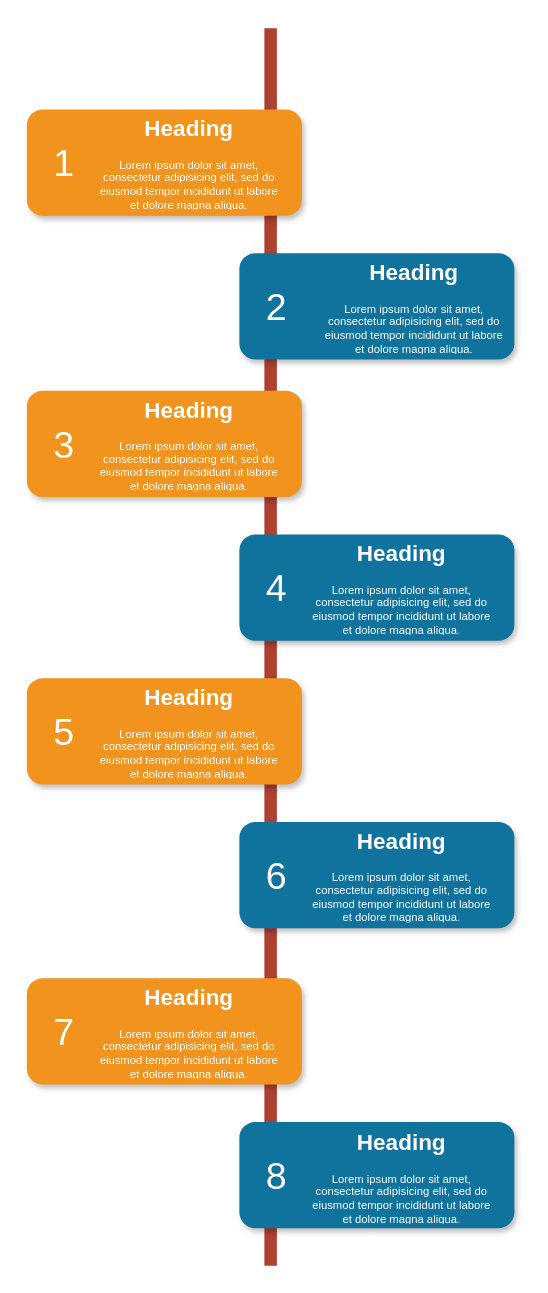
tslacerd/-UC12_ER5_menu_program keeps this draw.io diagram as Diagrama sem nome.drawio. Above is the earlier version. Source tidied: cells renumbered, new cells numbered last; positions are measured from the earlier drawing's top-left corner, leaving out a move shared by most shapes. Both pictures are drawn from the tidied source at 125%, with x=0, y=0 at pixel (26, 28).
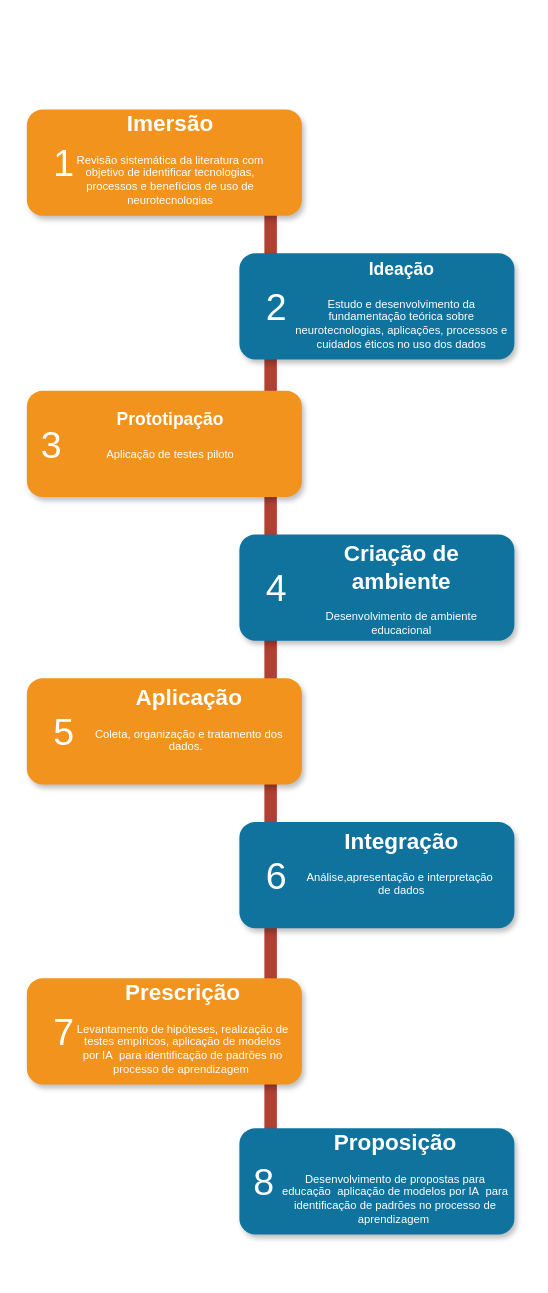
The same page after the edit.

What changed in the source:
```diff
@@
     <mxCell id="2" style="line;strokeWidth=10;direction=south;html=1;fillColor=none;fontSize=13;fontColor=#000000;align=center;strokeColor=#AE4132;" parent="1" vertex="1">
-      <mxGeometry x="190" width="10" height="990" as="geometry" />
+      <mxGeometry x="190" y="80" width="10" height="830" as="geometry" />
     </mxCell>
@@
     <mxCell id="8" value="3" style="text;html=1;strokeColor=none;fillColor=none;align=center;verticalAlign=middle;whiteSpace=wrap;fontSize=30;fontColor=#FFFFFF;" parent="1" vertex="1">
-      <mxGeometry x="10" y="323" width="40" height="20" as="geometry" />
+      <mxGeometry y="322.5" width="40" height="20" as="geometry" />
     </mxCell>
@@
-    <mxCell id="17" style="rounded=1;whiteSpace=wrap;html=1;strokeColor=none;strokeWidth=1;fillColor=#10739E;fontSize=13;fontColor=#FFFFFF;align=center;gradientColor=none;gradientDirection=east;verticalAlign=top;shadow=1;" parent="1" vertex="1">
-      <mxGeometry x="170" y="875" width="220" height="85" as="geometry" />
-    </mxCell>
-    <mxCell id="18" value="8" style="text;html=1;strokeColor=none;fillColor=none;align=center;verticalAlign=middle;whiteSpace=wrap;fontSize=30;fontColor=#FFFFFF;" parent="1" vertex="1">
-      <mxGeometry x="180" y="908" width="40" height="20" as="geometry" />
-    </mxCell>
-    <mxCell id="19" value="&lt;h1&gt;Heading&lt;/h1&gt;&lt;p&gt;Lorem ipsum dolor sit amet, consectetur adipisicing elit, sed do eiusmod tempor incididunt ut labore et dolore magna aliqua.&lt;/p&gt;" style="text;html=1;spacing=5;spacingTop=-20;whiteSpace=wrap;overflow=hidden;strokeColor=none;strokeWidth=4;fillColor=none;gradientColor=#007FFF;fontSize=9;fontColor=#FFFFFF;align=center;" parent="1" vertex="1">
-      <mxGeometry x="50" y="69" width="160" height="77" as="geometry" />
+    <mxCell id="19" value="&lt;h1&gt;Imersão&lt;/h1&gt;&lt;p&gt;Revisão sistemática da literatura com objetivo de identificar tecnologias, processos e benefícios de uso de neurotecnologias&lt;/p&gt;" style="text;html=1;spacing=5;spacingTop=-20;whiteSpace=wrap;overflow=hidden;strokeColor=none;strokeWidth=4;fillColor=none;gradientColor=#007FFF;fontSize=9;fontColor=#FFFFFF;align=center;" parent="1" vertex="1">
+      <mxGeometry x="30" y="65" width="170" height="77" as="geometry" />
     </mxCell>
-    <mxCell id="20" value="&lt;h1&gt;Heading&lt;/h1&gt;&lt;p&gt;Lorem ipsum dolor sit amet, consectetur adipisicing elit, sed do eiusmod tempor incididunt ut labore et dolore magna aliqua.&lt;/p&gt;" style="text;html=1;spacing=5;spacingTop=-20;whiteSpace=wrap;overflow=hidden;strokeColor=none;strokeWidth=4;fillColor=none;gradientColor=#007FFF;fontSize=9;fontColor=#FFFFFF;align=center;" parent="1" vertex="1">
-      <mxGeometry x="230" y="184" width="160" height="77" as="geometry" />
+    <mxCell id="20" value="&lt;h1&gt;&lt;font style=&quot;font-size: 14px;&quot;&gt;Ideação&lt;/font&gt;&lt;/h1&gt;&lt;p&gt;Estudo e desenvolvimento da fundamentação teórica sobre neurotecnologias, aplicações, processos e cuidados éticos no uso dos dados&lt;/p&gt;" style="text;html=1;spacing=5;spacingTop=-20;whiteSpace=wrap;overflow=hidden;strokeColor=none;strokeWidth=4;fillColor=none;gradientColor=#007FFF;fontSize=9;fontColor=#FFFFFF;align=center;" parent="1" vertex="1">
+      <mxGeometry x="210" y="180" width="180" height="100" as="geometry" />
     </mxCell>
-    <mxCell id="21" value="&lt;h1&gt;Heading&lt;/h1&gt;&lt;p&gt;Lorem ipsum dolor sit amet, consectetur adipisicing elit, sed do eiusmod tempor incididunt ut labore et dolore magna aliqua.&lt;/p&gt;" style="text;html=1;spacing=5;spacingTop=-20;whiteSpace=wrap;overflow=hidden;strokeColor=none;strokeWidth=4;fillColor=none;gradientColor=#007FFF;fontSize=9;fontColor=#FFFFFF;align=center;" parent="1" vertex="1">
-      <mxGeometry x="50" y="294" width="160" height="77" as="geometry" />
-    </mxCell>
-    <mxCell id="22" value="&lt;h1&gt;Heading&lt;/h1&gt;&lt;p&gt;Lorem ipsum dolor sit amet, consectetur adipisicing elit, sed do eiusmod tempor incididunt ut labore et dolore magna aliqua.&lt;/p&gt;" style="text;html=1;spacing=5;spacingTop=-20;whiteSpace=wrap;overflow=hidden;strokeColor=none;strokeWidth=4;fillColor=none;gradientColor=#007FFF;fontSize=9;fontColor=#FFFFFF;align=center;" parent="1" vertex="1">
+    <mxCell id="22" value="&lt;h1&gt;Criação de ambiente&lt;/h1&gt;&lt;p&gt;Desenvolvimento de ambiente educacional&lt;/p&gt;" style="text;html=1;spacing=5;spacingTop=-20;whiteSpace=wrap;overflow=hidden;strokeColor=none;strokeWidth=4;fillColor=none;gradientColor=#007FFF;fontSize=9;fontColor=#FFFFFF;align=center;" parent="1" vertex="1">
       <mxGeometry x="220" y="409" width="160" height="77" as="geometry" />
     </mxCell>
-    <mxCell id="23" value="&lt;h1&gt;Heading&lt;/h1&gt;&lt;p&gt;Lorem ipsum dolor sit amet, consectetur adipisicing elit, sed do eiusmod tempor incididunt ut labore et dolore magna aliqua.&lt;/p&gt;" style="text;html=1;spacing=5;spacingTop=-20;whiteSpace=wrap;overflow=hidden;strokeColor=none;strokeWidth=4;fillColor=none;gradientColor=#007FFF;fontSize=9;fontColor=#FFFFFF;align=center;" parent="1" vertex="1">
+    <mxCell id="23" value="&lt;h1&gt;Aplicação&lt;/h1&gt;&lt;p&gt;Coleta, organização e tratamento dos dados.&amp;nbsp;&amp;nbsp;&lt;/p&gt;" style="text;html=1;spacing=5;spacingTop=-20;whiteSpace=wrap;overflow=hidden;strokeColor=none;strokeWidth=4;fillColor=none;gradientColor=#007FFF;fontSize=9;fontColor=#FFFFFF;align=center;" parent="1" vertex="1">
       <mxGeometry x="50" y="524" width="160" height="77" as="geometry" />
     </mxCell>
-    <mxCell id="24" value="&lt;h1&gt;Heading&lt;/h1&gt;&lt;p&gt;Lorem ipsum dolor sit amet, consectetur adipisicing elit, sed do eiusmod tempor incididunt ut labore et dolore magna aliqua.&lt;/p&gt;" style="text;html=1;spacing=5;spacingTop=-20;whiteSpace=wrap;overflow=hidden;strokeColor=none;strokeWidth=4;fillColor=none;gradientColor=#007FFF;fontSize=9;fontColor=#FFFFFF;align=center;" parent="1" vertex="1">
+    <mxCell id="24" value="&lt;h1&gt;Integração&lt;/h1&gt;&lt;p&gt;Análise,apresentação e interpretação&amp;nbsp; de dados&lt;/p&gt;" style="text;html=1;spacing=5;spacingTop=-20;whiteSpace=wrap;overflow=hidden;strokeColor=none;strokeWidth=4;fillColor=none;gradientColor=#007FFF;fontSize=9;fontColor=#FFFFFF;align=center;" parent="1" vertex="1">
       <mxGeometry x="220" y="639" width="160" height="77" as="geometry" />
     </mxCell>
-    <mxCell id="25" value="&lt;h1&gt;Heading&lt;/h1&gt;&lt;p&gt;Lorem ipsum dolor sit amet, consectetur adipisicing elit, sed do eiusmod tempor incididunt ut labore et dolore magna aliqua.&lt;/p&gt;" style="text;html=1;spacing=5;spacingTop=-20;whiteSpace=wrap;overflow=hidden;strokeColor=none;strokeWidth=4;fillColor=none;gradientColor=#007FFF;fontSize=9;fontColor=#FFFFFF;align=center;" parent="1" vertex="1">
-      <mxGeometry x="50" y="764" width="160" height="77" as="geometry" />
-    </mxCell>
-    <mxCell id="26" value="&lt;h1&gt;Heading&lt;/h1&gt;&lt;p&gt;Lorem ipsum dolor sit amet, consectetur adipisicing elit, sed do eiusmod tempor incididunt ut labore et dolore magna aliqua.&lt;/p&gt;" style="text;html=1;spacing=5;spacingTop=-20;whiteSpace=wrap;overflow=hidden;strokeColor=none;strokeWidth=4;fillColor=none;gradientColor=#007FFF;fontSize=9;fontColor=#FFFFFF;align=center;" parent="1" vertex="1">
-      <mxGeometry x="220" y="880" width="160" height="77" as="geometry" />
-    </mxCell>
+    <mxCell id="27" value="&lt;h1&gt;&lt;font style=&quot;font-size: 14px;&quot;&gt;Prototipação&lt;/font&gt;&lt;/h1&gt;&lt;p&gt;Aplicação de testes piloto&lt;/p&gt;" style="text;html=1;spacing=5;spacingTop=-20;whiteSpace=wrap;overflow=hidden;strokeColor=none;strokeWidth=4;fillColor=none;gradientColor=#007FFF;fontSize=9;fontColor=#FFFFFF;align=center;" parent="1" vertex="1">
+      <mxGeometry x="35" y="300" width="160" height="100" as="geometry" />
+    </mxCell>
+    <mxCell id="28" style="rounded=1;whiteSpace=wrap;html=1;strokeColor=none;strokeWidth=1;fillColor=#10739E;fontSize=13;fontColor=#FFFFFF;align=center;gradientColor=none;gradientDirection=east;verticalAlign=top;shadow=1;" parent="1" vertex="1">
+      <mxGeometry x="170" y="880" width="220" height="85" as="geometry" />
+    </mxCell>
+    <mxCell id="18" value="8" style="text;html=1;strokeColor=none;fillColor=none;align=center;verticalAlign=middle;whiteSpace=wrap;fontSize=30;fontColor=#FFFFFF;" parent="1" vertex="1">
+      <mxGeometry x="170" y="912.5" width="40" height="20" as="geometry" />
+    </mxCell>
+    <mxCell id="29" value="&lt;h1&gt;Proposição&lt;/h1&gt;&lt;p&gt;&lt;span style=&quot;background-color: initial;&quot;&gt;Desenvolvimento de propostas para educação&lt;/span&gt;&lt;span style=&quot;background-color: initial;&quot;&gt;&amp;nbsp;&lt;/span&gt;&lt;span style=&quot;background-color: initial;&quot;&gt;&amp;nbsp;&lt;/span&gt;&lt;span style=&quot;background-color: initial;&quot;&gt;aplicação de modelos por IA&amp;nbsp; para identificação de padrões no processo de aprendizagem&amp;nbsp;&lt;/span&gt;&lt;/p&gt;&lt;p&gt;&lt;span style=&quot;background-color: initial;&quot;&gt;&lt;br&gt;&lt;/span&gt;&lt;/p&gt;" style="text;html=1;spacing=5;spacingTop=-20;whiteSpace=wrap;overflow=hidden;strokeColor=none;strokeWidth=4;fillColor=none;gradientColor=#007FFF;fontSize=9;fontColor=#FFFFFF;align=center;" parent="1" vertex="1">
+      <mxGeometry x="190" y="880" width="210" height="81" as="geometry" />
+    </mxCell>
+    <mxCell id="30" value="&lt;h1&gt;Prescrição&lt;/h1&gt;&lt;p&gt;Levantamento de hipóteses, realização de testes empíricos,&amp;nbsp;&lt;span style=&quot;background-color: initial;&quot;&gt;aplicação de modelos por IA&amp;nbsp; para identificação de padrões no processo de aprendizagem&amp;nbsp;&lt;/span&gt;&lt;/p&gt;&lt;p&gt;&lt;span style=&quot;background-color: initial;&quot;&gt;&lt;br&gt;&lt;/span&gt;&lt;/p&gt;" style="text;html=1;spacing=5;spacingTop=-20;whiteSpace=wrap;overflow=hidden;strokeColor=none;strokeWidth=4;fillColor=none;gradientColor=#007FFF;fontSize=9;fontColor=#FFFFFF;align=center;" parent="1" vertex="1">
+      <mxGeometry x="35" y="760" width="180" height="81" as="geometry" />
+    </mxCell>
```
